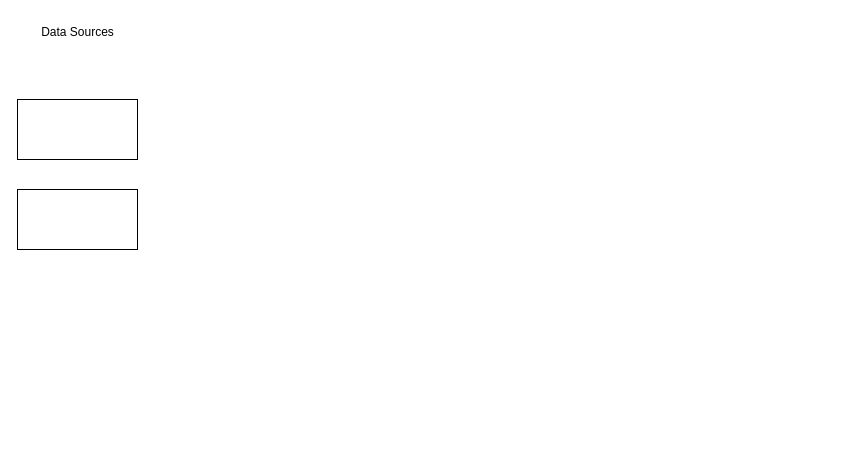
Earlier version of the draw.io diagram Stock Analysis System.drawio (Tgop1310/Projects). Source tidied: cells renumbered, new cells numbered last; positions are measured from the earlier drawing's top-left corner, leaving out a move shared by most shapes. Both pictures are drawn from the tidied source at 100%, with x=0, y=0 at pixel (17, 17).
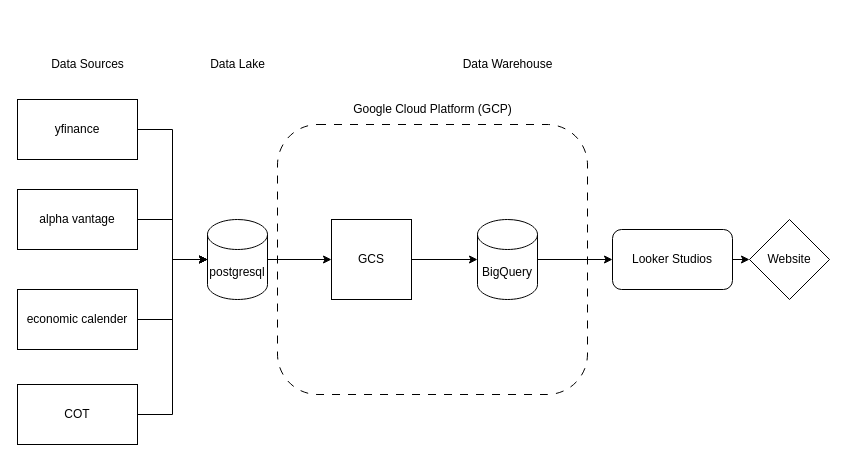
The same page after the edit.

Diff of the diagram source:
```diff
@@
-    <mxCell id="2" style="rounded=0;whiteSpace=wrap;html=1;" parent="1" vertex="1">
+    <mxCell id="2" value="yfinance" style="rounded=0;whiteSpace=wrap;html=1;" parent="1" vertex="1">
       <mxGeometry y="82" width="120" height="60" as="geometry" />
     </mxCell>
-    <mxCell id="3" style="rounded=0;whiteSpace=wrap;html=1;" parent="1" vertex="1">
+    <mxCell id="3" value="alpha vantage" style="rounded=0;whiteSpace=wrap;html=1;" parent="1" vertex="1">
       <mxGeometry y="172" width="120" height="60" as="geometry" />
     </mxCell>
     <mxCell id="4" value="Data Sources" style="text;html=1;align=center;verticalAlign=middle;strokeColor=none;fillColor=none;" parent="1" vertex="1">
-      <mxGeometry x="10" width="100" height="30" as="geometry" />
+      <mxGeometry x="20" y="32" width="100" height="30" as="geometry" />
     </mxCell>
+    <mxCell id="5" style="edgeStyle=orthogonalEdgeStyle;rounded=0;jettySize=auto;html=1;exitX=1;exitY=0.5;exitDx=0;exitDy=0;exitPerimeter=0;" parent="1" edge="1" source="6" target="18">
+      <mxGeometry relative="1" as="geometry" />
+    </mxCell>
+    <mxCell id="6" value="postgresql" style="shape=cylinder3;whiteSpace=wrap;html=1;boundedLbl=1;backgroundOutline=1;size=15;" parent="1" vertex="1">
+      <mxGeometry x="190" y="202" width="60" height="80" as="geometry" />
+    </mxCell>
+    <mxCell id="7" value="economic calender" style="rounded=0;whiteSpace=wrap;html=1;" parent="1" vertex="1">
+      <mxGeometry y="272" width="120" height="60" as="geometry" />
+    </mxCell>
+    <mxCell id="8" value="COT" style="rounded=0;whiteSpace=wrap;html=1;" parent="1" vertex="1">
+      <mxGeometry y="367" width="120" height="60" as="geometry" />
+    </mxCell>
+    <mxCell id="9" style="edgeStyle=orthogonalEdgeStyle;rounded=0;jettySize=auto;html=1;exitX=1;exitY=0.5;exitDx=0;exitDy=0;entryX=0;entryY=0.5;entryDx=0;entryDy=0;entryPerimeter=0;" parent="1" edge="1" source="7" target="6">
+      <mxGeometry relative="1" as="geometry" />
+    </mxCell>
+    <mxCell id="10" style="edgeStyle=orthogonalEdgeStyle;rounded=0;jettySize=auto;html=1;exitX=1;exitY=0.5;exitDx=0;exitDy=0;entryX=0;entryY=0.5;entryDx=0;entryDy=0;entryPerimeter=0;" parent="1" edge="1" source="2" target="6">
+      <mxGeometry relative="1" as="geometry" />
+    </mxCell>
+    <mxCell id="11" style="edgeStyle=orthogonalEdgeStyle;rounded=0;jettySize=auto;html=1;entryX=0;entryY=0.5;entryDx=0;entryDy=0;entryPerimeter=0;" parent="1" edge="1" source="3" target="6">
+      <mxGeometry relative="1" as="geometry" />
+    </mxCell>
+    <mxCell id="12" style="edgeStyle=orthogonalEdgeStyle;rounded=0;jettySize=auto;html=1;exitX=1;exitY=0.5;exitDx=0;exitDy=0;entryX=0;entryY=0.5;entryDx=0;entryDy=0;entryPerimeter=0;" parent="1" edge="1" source="8" target="6">
+      <mxGeometry relative="1" as="geometry" />
+    </mxCell>
+    <mxCell id="13" value="Data Lake" style="text;html=1;align=center;verticalAlign=middle;strokeColor=none;fillColor=none;" parent="1" vertex="1">
+      <mxGeometry x="180" y="32" width="80" height="30" as="geometry" />
+    </mxCell>
+    <mxCell id="14" style="rounded=1;whiteSpace=wrap;html=1;fillColor=none;dashed=1;dashPattern=8 8;" parent="1" vertex="1">
+      <mxGeometry x="260" y="107" width="310" height="270" as="geometry" />
+    </mxCell>
+    <mxCell id="15" style="edgeStyle=orthogonalEdgeStyle;rounded=0;jettySize=auto;html=1;exitX=1;exitY=0.5;exitDx=0;exitDy=0;exitPerimeter=0;entryX=0;entryY=0.5;entryDx=0;entryDy=0;" parent="1" edge="1" source="16" target="21">
+      <mxGeometry relative="1" as="geometry" />
+    </mxCell>
+    <mxCell id="16" value="BigQuery" style="shape=cylinder3;whiteSpace=wrap;html=1;boundedLbl=1;backgroundOutline=1;size=15;" parent="1" vertex="1">
+      <mxGeometry x="460" y="202" width="60" height="80" as="geometry" />
+    </mxCell>
+    <mxCell id="17" value="Google Cloud Platform (GCP)" style="text;html=1;align=center;verticalAlign=middle;strokeColor=none;fillColor=none;" parent="1" vertex="1">
+      <mxGeometry x="325" y="77" width="180" height="30" as="geometry" />
+    </mxCell>
+    <mxCell id="18" value="GCS" style="whiteSpace=wrap;html=1;" parent="1" vertex="1">
+      <mxGeometry x="314" y="202" width="80" height="80" as="geometry" />
+    </mxCell>
+    <mxCell id="19" style="edgeStyle=orthogonalEdgeStyle;rounded=0;jettySize=auto;html=1;exitX=1;exitY=0.5;exitDx=0;exitDy=0;entryX=0;entryY=0.5;entryDx=0;entryDy=0;entryPerimeter=0;" parent="1" edge="1" source="18" target="16">
+      <mxGeometry relative="1" as="geometry" />
+    </mxCell>
+    <mxCell id="20" style="edgeStyle=orthogonalEdgeStyle;rounded=0;jettySize=auto;html=1;exitX=1;exitY=0.5;exitDx=0;exitDy=0;entryX=0;entryY=0.5;entryDx=0;entryDy=0;" parent="1" edge="1" source="21" target="23">
+      <mxGeometry relative="1" as="geometry" />
+    </mxCell>
+    <mxCell id="21" value="Looker Studios" style="rounded=1;whiteSpace=wrap;html=1;" parent="1" vertex="1">
+      <mxGeometry x="595" y="212" width="120" height="60" as="geometry" />
+    </mxCell>
+    <mxCell id="22" value="Data Warehouse" style="text;html=1;align=center;verticalAlign=middle;strokeColor=none;fillColor=none;" parent="1" vertex="1">
+      <mxGeometry x="435" y="32" width="110" height="30" as="geometry" />
+    </mxCell>
+    <mxCell id="23" value="Website" style="rhombus;whiteSpace=wrap;html=1;" parent="1" vertex="1">
+      <mxGeometry x="732" y="202" width="80" height="80" as="geometry" />
+    </mxCell>
```
